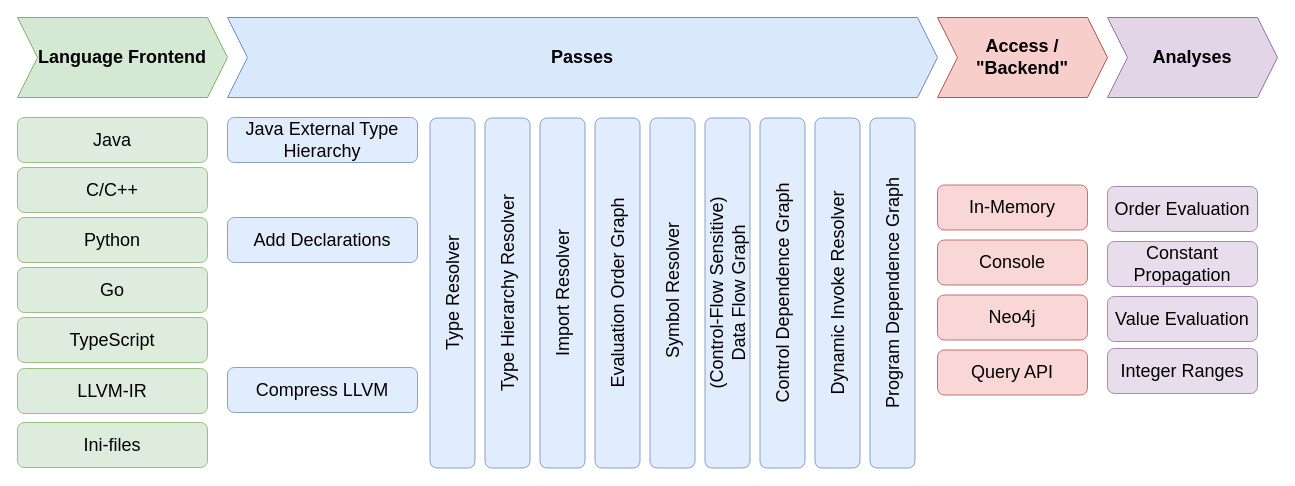
Above: docs/docs/assets/img/cpg-flow.drawio in Fraunhofer-AISEC/cpg (draw.io), before the change. Source tidied: cells renumbered, new cells numbered last; positions are measured from the earlier drawing's top-left corner, leaving out a move shared by most shapes. Both pictures are drawn from the tidied source at 100%, with x=0, y=0 at pixel (17, 17).
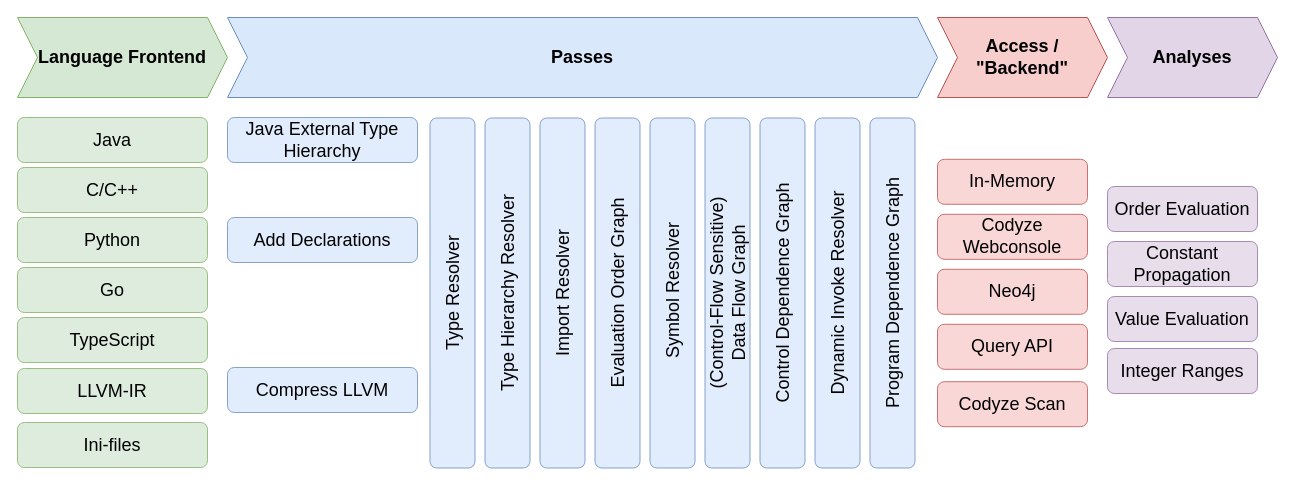
The same page after the edit.

Commit message (it also covers changes not shown here):
Rename CLI to console/webconsole

Change to the diagram source:
```diff
@@
     <mxCell id="21" value="In-Memory" style="rounded=1;whiteSpace=wrap;html=1;fontSize=18;fillColor=#f8cecc;strokeColor=#b85450;opacity=80;" parent="1" vertex="1">
-      <mxGeometry x="920" y="167.5" width="150" height="45" as="geometry" />
+      <mxGeometry x="920" y="141.8" width="150" height="45" as="geometry" />
     </mxCell>
-    <mxCell id="22" value="Console" style="rounded=1;whiteSpace=wrap;html=1;fontSize=18;fillColor=#f8cecc;strokeColor=#b85450;opacity=80;" parent="1" vertex="1">
-      <mxGeometry x="920" y="222.5" width="150" height="45" as="geometry" />
+    <mxCell id="22" value="Codyze Webconsole" style="rounded=1;whiteSpace=wrap;html=1;fontSize=18;fillColor=#f8cecc;strokeColor=#b85450;opacity=80;" parent="1" vertex="1">
+      <mxGeometry x="920" y="196.8" width="150" height="45" as="geometry" />
     </mxCell>
     <mxCell id="23" value="Neo4j" style="rounded=1;whiteSpace=wrap;html=1;fontSize=18;fillColor=#f8cecc;strokeColor=#b85450;opacity=80;" parent="1" vertex="1">
-      <mxGeometry x="920" y="277.5" width="150" height="45" as="geometry" />
+      <mxGeometry x="920" y="251.8" width="150" height="45" as="geometry" />
     </mxCell>
     <mxCell id="24" value="Query API" style="rounded=1;whiteSpace=wrap;html=1;fontSize=18;fillColor=#f8cecc;strokeColor=#b85450;opacity=80;" parent="1" vertex="1">
-      <mxGeometry x="920" y="332.5" width="150" height="45" as="geometry" />
+      <mxGeometry x="920" y="306.8" width="150" height="45" as="geometry" />
     </mxCell>
@@
+    <mxCell id="33" value="Codyze Scan" style="rounded=1;whiteSpace=wrap;html=1;fontSize=18;fillColor=#f8cecc;strokeColor=#b85450;opacity=80;" parent="1" vertex="1">
+      <mxGeometry x="920" y="364.2" width="150" height="45" as="geometry" />
+    </mxCell>
```
